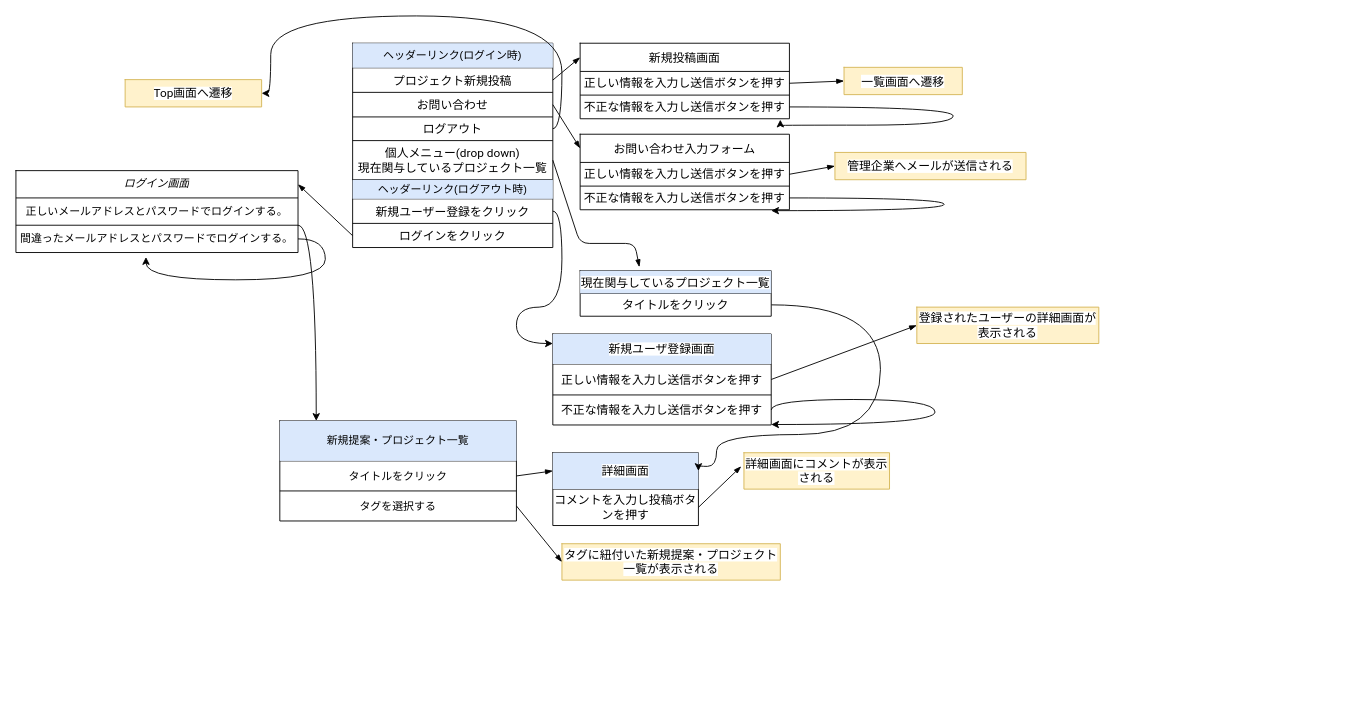
Earlier version of the draw.io diagram page "画面遷移図" (1 of 2) of 名称未設定ファイル.drawio (Sec-il-n/dic_guraduate_parts). Source tidied: cells renumbered, new cells numbered last; positions are measured from the earlier drawing's top-left corner, leaving out a move shared by most shapes. Both pictures are drawn from the tidied source at 91%, with x=0, y=0 at pixel (15, 15).
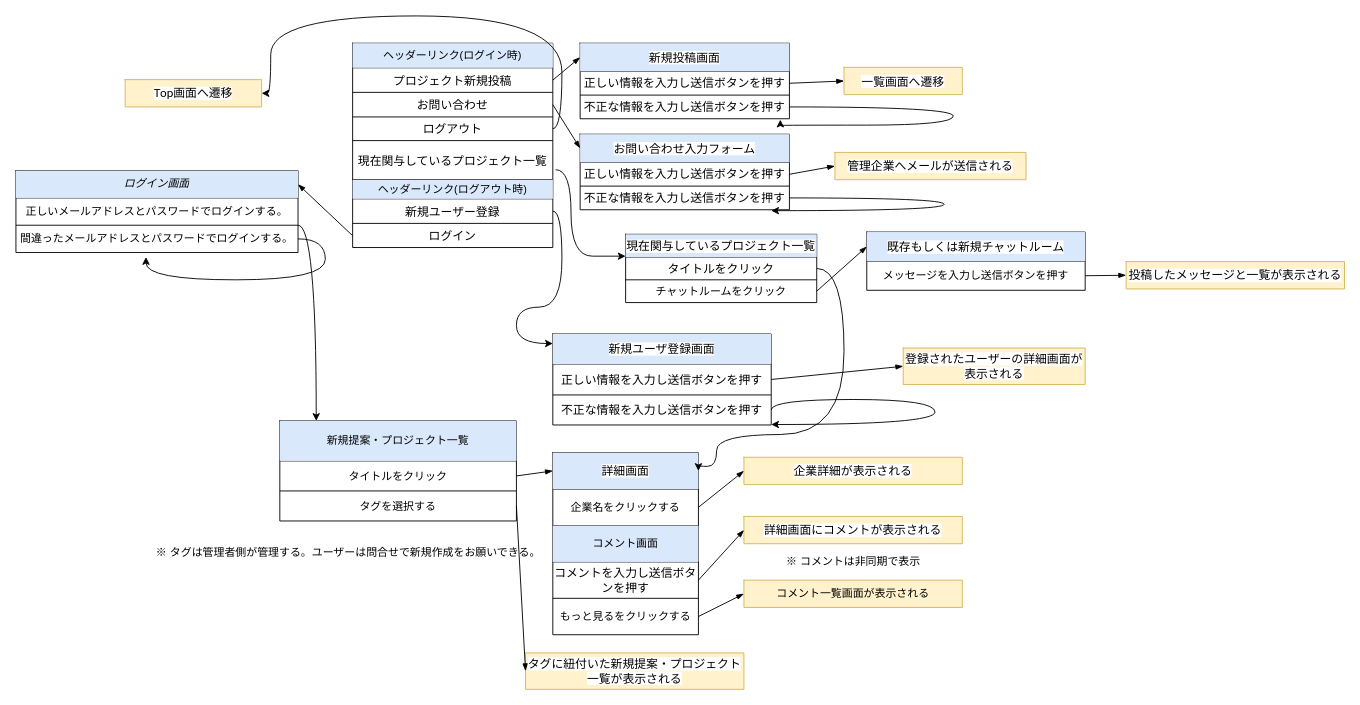
The same page after the edit.

Commit message (it also covers changes not shown here):
名称未設定ファイル.drawio を更新します

Unchanged cells that the change refers to:
```xml
<mxCell id="4" style="shape=partialRectangle;html=1;whiteSpace=wrap;fillColor=none;top=0;left=0;bottom=0;right=0;points=[[0,0.5],[1,0.5]];portConstraint=eastwest;" parent="3" vertex="1">
  <mxGeometry width="310" height="30" as="geometry" />
</mxCell>
<mxCell id="19" style="shape=partialRectangle;html=1;whiteSpace=wrap;fillColor=none;top=0;left=0;bottom=0;right=0;points=[[0,0.5],[1,0.5]];portConstraint=eastwest;" parent="18" vertex="1">
  <mxGeometry width="160" height="40" as="geometry" />
</mxCell>
<mxCell id="21" style="shape=partialRectangle;html=1;whiteSpace=wrap;fillColor=none;top=0;left=0;bottom=0;right=0;points=[[0,0.5],[1,0.5]];portConstraint=eastwest;" parent="18" vertex="1">
  <mxGeometry y="40" width="160" height="40" as="geometry" />
</mxCell>
<mxCell id="35" style="shape=partialRectangle;html=1;whiteSpace=wrap;fillColor=none;top=0;left=0;bottom=0;right=0;points=[[0,0.5],[1,0.5]];portConstraint=eastwest;" parent="26" vertex="1">
  <mxGeometry y="107" width="220" height="43" as="geometry" />
</mxCell>
<mxCell id="38" style="shape=partialRectangle;html=1;whiteSpace=wrap;fillColor=none;top=0;left=0;bottom=0;right=0;points=[[0,0.5],[1,0.5]];portConstraint=eastwest;" parent="37" vertex="1">
  <mxGeometry width="230" height="31" as="geometry" />
</mxCell>
<mxCell id="48" style="shape=partialRectangle;html=1;whiteSpace=wrap;fillColor=none;top=0;left=0;bottom=0;right=0;points=[[0,0.5],[1,0.5]];portConstraint=eastwest;" parent="47" vertex="1">
  <mxGeometry width="230" height="31" as="geometry" />
</mxCell>
<mxCell id="63" style="shape=partialRectangle;html=1;whiteSpace=wrap;fillColor=none;top=0;left=0;bottom=0;right=0;points=[[0,0.5],[1,0.5]];portConstraint=eastwest;" parent="62" vertex="1">
  <mxGeometry width="210" height="25" as="geometry" />
</mxCell>
<mxCell id="65" style="shape=partialRectangle;html=1;whiteSpace=wrap;fillColor=none;top=0;left=0;bottom=0;right=0;points=[[0,0.5],[1,0.5]];portConstraint=eastwest;" parent="62" vertex="1">
  <mxGeometry y="25" width="210" height="25" as="geometry" />
</mxCell>
<mxCell id="94" style="shape=partialRectangle;html=1;whiteSpace=wrap;fillColor=none;top=0;left=0;bottom=0;right=0;points=[[0,0.5],[1,0.5]];portConstraint=eastwest;" parent="91" vertex="1">
  <mxGeometry y="21" width="220" height="27" as="geometry" />
</mxCell>
<mxCell id="96" style="shape=partialRectangle;html=1;whiteSpace=wrap;fillColor=none;top=0;left=0;bottom=0;right=0;points=[[0,0.5],[1,0.5]];portConstraint=eastwest;" parent="91" vertex="1">
  <mxGeometry y="48" width="220" height="27" as="geometry" />
</mxCell>
```

Diff of the diagram source:
```diff
@@
-    <mxCell id="5" value="&lt;span style=&quot;font-style: italic&quot;&gt;ログイン画面&lt;/span&gt;" style="shape=partialRectangle;html=1;whiteSpace=wrap;overflow=hidden;fillColor=none;top=0;left=0;bottom=0;right=0;" parent="4" vertex="1">
+    <mxCell id="5" value="&lt;span style=&quot;font-style: italic&quot;&gt;ログイン画面&lt;/span&gt;" style="shape=partialRectangle;html=1;whiteSpace=wrap;overflow=hidden;fillColor=#dae8fc;top=0;left=0;bottom=0;right=0;strokeColor=#6c8ebf;" parent="4" vertex="1">
       <mxGeometry width="310" height="30" as="geometry" />
     </mxCell>
@@
     <mxCell id="18" style="shape=table;html=1;whiteSpace=wrap;startSize=0;childLayout=tableLayout;" parent="1" vertex="1">
-      <mxGeometry x="590" y="480" width="160" height="80" as="geometry" />
+      <mxGeometry x="590" y="480" width="160" height="200" as="geometry" />
     </mxCell>
@@
-    <mxCell id="22" value="&lt;span style=&quot;font-family: &amp;#34;roboto&amp;#34; , &amp;#34;robotodraft&amp;#34; , &amp;#34;helvetica&amp;#34; , &amp;#34;arial&amp;#34; , sans-serif ; font-size: 13px ; background-color: rgb(255 , 255 , 255)&quot;&gt;コメントを入力し&lt;/span&gt;&lt;span style=&quot;font-family: &amp;#34;roboto&amp;#34; , &amp;#34;robotodraft&amp;#34; , &amp;#34;helvetica&amp;#34; , &amp;#34;arial&amp;#34; , sans-serif ; font-size: 13px ; background-color: rgb(255 , 255 , 255)&quot;&gt;投稿ボタンを押す&lt;/span&gt;&lt;span style=&quot;font-family: &amp;#34;roboto&amp;#34; , &amp;#34;robotodraft&amp;#34; , &amp;#34;helvetica&amp;#34; , &amp;#34;arial&amp;#34; , sans-serif ; font-size: 13px ; background-color: rgb(255 , 255 , 255)&quot;&gt;&lt;br&gt;&lt;/span&gt;" style="shape=partialRectangle;html=1;whiteSpace=wrap;overflow=hidden;fillColor=none;top=0;left=0;bottom=0;right=0;" parent="21" vertex="1">
+    <mxCell id="22" value="企業名をクリックする" style="shape=partialRectangle;html=1;whiteSpace=wrap;overflow=hidden;fillColor=none;top=0;left=0;bottom=0;right=0;" parent="21" vertex="1">
       <mxGeometry width="160" height="40" as="geometry" />
     </mxCell>
+    <mxCell id="101" style="shape=partialRectangle;html=1;whiteSpace=wrap;fillColor=none;top=0;left=0;bottom=0;right=0;" parent="18" vertex="1">
+      <mxGeometry y="80" width="160" height="40" as="geometry" />
+    </mxCell>
+    <mxCell id="102" value="コメント画面" style="shape=partialRectangle;html=1;whiteSpace=wrap;overflow=hidden;fillColor=#dae8fc;top=0;left=0;bottom=0;right=0;strokeColor=#6c8ebf;" parent="101" vertex="1">
+      <mxGeometry width="160" height="40" as="geometry" />
+    </mxCell>
+    <mxCell id="103" style="shape=partialRectangle;html=1;whiteSpace=wrap;fillColor=none;top=0;left=0;bottom=0;right=0;points=[[0,0.5],[1,0.5]];portConstraint=eastwest;" parent="18" vertex="1">
+      <mxGeometry y="120" width="160" height="40" as="geometry" />
+    </mxCell>
+    <mxCell id="104" value="&lt;span style=&quot;color: rgb(0 , 0 , 0) ; font-style: normal ; font-weight: 400 ; letter-spacing: normal ; text-align: center ; text-indent: 0px ; text-transform: none ; word-spacing: 0px ; font-family: &amp;#34;roboto&amp;#34; , &amp;#34;robotodraft&amp;#34; , &amp;#34;helvetica&amp;#34; , &amp;#34;arial&amp;#34; , sans-serif ; font-size: 13px ; background-color: rgb(255 , 255 , 255)&quot;&gt;コメントを入力し送信&lt;/span&gt;&lt;span style=&quot;color: rgb(0 , 0 , 0) ; font-style: normal ; font-weight: 400 ; letter-spacing: normal ; text-align: center ; text-indent: 0px ; text-transform: none ; word-spacing: 0px ; font-family: &amp;#34;roboto&amp;#34; , &amp;#34;robotodraft&amp;#34; , &amp;#34;helvetica&amp;#34; , &amp;#34;arial&amp;#34; , sans-serif ; font-size: 13px ; background-color: rgb(255 , 255 , 255)&quot;&gt;ボタンを押す&lt;/span&gt;" style="shape=partialRectangle;html=1;whiteSpace=wrap;overflow=hidden;fillColor=none;top=0;left=0;bottom=0;right=0;" parent="103" vertex="1">
+      <mxGeometry width="160" height="40" as="geometry" />
+    </mxCell>
+    <mxCell id="105" style="shape=partialRectangle;html=1;whiteSpace=wrap;fillColor=none;top=0;left=0;bottom=0;right=0;points=[[0,0.5],[1,0.5]];portConstraint=eastwest;" parent="18" vertex="1">
+      <mxGeometry y="160" width="160" height="40" as="geometry" />
+    </mxCell>
+    <mxCell id="106" value="もっと見るをクリックする" style="shape=partialRectangle;html=1;whiteSpace=wrap;overflow=hidden;fillColor=none;top=0;left=0;bottom=0;right=0;" parent="105" vertex="1">
+      <mxGeometry width="160" height="40" as="geometry" />
+    </mxCell>
     <mxCell id="23" style="shape=table;html=1;whiteSpace=wrap;startSize=0;childLayout=tableLayout;fillColor=#fff2cc;strokeColor=#d6b656;" parent="1" vertex="1">
-      <mxGeometry x="800" y="480" width="160" height="40" as="geometry" />
+      <mxGeometry x="800" y="550" width="240" height="30" as="geometry" />
     </mxCell>
     <mxCell id="24" style="shape=partialRectangle;html=1;whiteSpace=wrap;fillColor=none;top=0;left=0;bottom=0;right=0;points=[[0,0.5],[1,0.5]];portConstraint=eastwest;" parent="23" vertex="1">
-      <mxGeometry width="160" height="40" as="geometry" />
+      <mxGeometry width="240" height="30" as="geometry" />
     </mxCell>
     <mxCell id="25" value="&lt;span style=&quot;font-family: &amp;#34;roboto&amp;#34; , &amp;#34;robotodraft&amp;#34; , &amp;#34;helvetica&amp;#34; , &amp;#34;arial&amp;#34; , sans-serif ; font-size: 13px ; background-color: rgb(255 , 255 , 255)&quot;&gt;詳細画面にコメントが表示される&lt;/span&gt;" style="shape=partialRectangle;html=1;whiteSpace=wrap;overflow=hidden;fillColor=none;top=0;left=0;bottom=0;right=0;" parent="24" vertex="1">
-      <mxGeometry width="160" height="40" as="geometry" />
+      <mxGeometry width="240" height="30" as="geometry" />
     </mxCell>
@@
-    <mxCell id="36" value="&lt;span style=&quot;font-family: &amp;#34;roboto&amp;#34; , &amp;#34;robotodraft&amp;#34; , &amp;#34;helvetica&amp;#34; , &amp;#34;arial&amp;#34; , sans-serif ; font-size: 13px ; background-color: rgb(255 , 255 , 255)&quot;&gt;個人メニュー(drop down)&lt;br&gt;&lt;/span&gt;&lt;span style=&quot;font-family: &amp;#34;roboto&amp;#34; , &amp;#34;robotodraft&amp;#34; , &amp;#34;helvetica&amp;#34; , &amp;#34;arial&amp;#34; , sans-serif ; font-size: 13px ; background-color: rgb(255 , 255 , 255)&quot;&gt;現在関与しているプロジェクト一覧&lt;/span&gt;&lt;span style=&quot;font-family: &amp;#34;roboto&amp;#34; , &amp;#34;robotodraft&amp;#34; , &amp;#34;helvetica&amp;#34; , &amp;#34;arial&amp;#34; , sans-serif ; font-size: 13px ; background-color: rgb(255 , 255 , 255)&quot;&gt;&lt;br&gt;&lt;/span&gt;" style="shape=partialRectangle;html=1;whiteSpace=wrap;overflow=hidden;fillColor=none;top=0;left=0;bottom=0;right=0;strokeWidth=4;" parent="35" vertex="1">
+    <mxCell id="36" value="&lt;span style=&quot;font-family: &amp;#34;roboto&amp;#34; , &amp;#34;robotodraft&amp;#34; , &amp;#34;helvetica&amp;#34; , &amp;#34;arial&amp;#34; , sans-serif ; font-size: 13px ; background-color: rgb(255 , 255 , 255)&quot;&gt;現在関与しているプロジェクト一覧&lt;/span&gt;&lt;span style=&quot;font-family: &amp;#34;roboto&amp;#34; , &amp;#34;robotodraft&amp;#34; , &amp;#34;helvetica&amp;#34; , &amp;#34;arial&amp;#34; , sans-serif ; font-size: 13px ; background-color: rgb(255 , 255 , 255)&quot;&gt;&lt;br&gt;&lt;/span&gt;" style="shape=partialRectangle;html=1;whiteSpace=wrap;overflow=hidden;fillColor=none;top=0;left=0;bottom=0;right=0;strokeWidth=4;" parent="35" vertex="1">
       <mxGeometry width="220" height="43" as="geometry" />
     </mxCell>
@@
-    <mxCell id="39" value="&lt;span style=&quot;font-family: &amp;#34;roboto&amp;#34; , &amp;#34;robotodraft&amp;#34; , &amp;#34;helvetica&amp;#34; , &amp;#34;arial&amp;#34; , sans-serif ; font-size: 13px ; background-color: rgb(255 , 255 , 255)&quot;&gt;新規投稿画面&lt;/span&gt;" style="shape=partialRectangle;html=1;whiteSpace=wrap;overflow=hidden;fillColor=none;top=0;left=0;bottom=0;right=0;" parent="38" vertex="1">
+    <mxCell id="39" value="&lt;span style=&quot;font-family: &amp;#34;roboto&amp;#34; , &amp;#34;robotodraft&amp;#34; , &amp;#34;helvetica&amp;#34; , &amp;#34;arial&amp;#34; , sans-serif ; font-size: 13px ; background-color: rgb(255 , 255 , 255)&quot;&gt;新規投稿画面&lt;/span&gt;" style="shape=partialRectangle;html=1;whiteSpace=wrap;overflow=hidden;fillColor=#dae8fc;top=0;left=0;bottom=0;right=0;strokeColor=#6c8ebf;" parent="38" vertex="1">
       <mxGeometry width="230" height="31" as="geometry" />
     </mxCell>
@@
-    <mxCell id="49" value="&lt;span style=&quot;font-family: &amp;#34;roboto&amp;#34; , &amp;#34;robotodraft&amp;#34; , &amp;#34;helvetica&amp;#34; , &amp;#34;arial&amp;#34; , sans-serif ; font-size: 13px ; background-color: rgb(255 , 255 , 255)&quot;&gt;お問い合わせ入力フォーム&lt;/span&gt;" style="shape=partialRectangle;html=1;whiteSpace=wrap;overflow=hidden;fillColor=none;top=0;left=0;bottom=0;right=0;" parent="48" vertex="1">
+    <mxCell id="49" value="&lt;span style=&quot;font-family: &amp;#34;roboto&amp;#34; , &amp;#34;robotodraft&amp;#34; , &amp;#34;helvetica&amp;#34; , &amp;#34;arial&amp;#34; , sans-serif ; font-size: 13px ; background-color: rgb(255 , 255 , 255)&quot;&gt;お問い合わせ入力フォーム&lt;/span&gt;" style="shape=partialRectangle;html=1;whiteSpace=wrap;overflow=hidden;fillColor=#dae8fc;top=0;left=0;bottom=0;right=0;strokeColor=#6c8ebf;" parent="48" vertex="1">
       <mxGeometry width="230" height="31" as="geometry" />
     </mxCell>
@@
     <mxCell id="61" style="edgeStyle=orthogonalEdgeStyle;curved=1;jettySize=auto;html=1;exitX=1;exitY=0.5;exitDx=0;exitDy=0;entryX=1;entryY=0.5;entryDx=0;entryDy=0;" parent="1" edge="1" source="65" target="19">
       <mxGeometry relative="1" as="geometry">
         <Array as="points">
-          <mxPoint x="950" y="318" />
-          <mxPoint x="950" y="460" />
+          <mxPoint x="910" y="278" />
+          <mxPoint x="910" y="460" />
           <mxPoint x="770" y="460" />
           <mxPoint x="770" y="495" />
+          <mxPoint x="750" y="495" />
         </Array>
       </mxGeometry>
     </mxCell>
     <mxCell id="62" style="shape=table;html=1;whiteSpace=wrap;startSize=0;childLayout=tableLayout;" parent="1" vertex="1">
-      <mxGeometry x="620" y="280" width="210" height="50" as="geometry" />
+      <mxGeometry x="670" y="240" width="210" height="75" as="geometry" />
     </mxCell>
@@
+    <mxCell id="107" style="shape=partialRectangle;html=1;whiteSpace=wrap;fillColor=none;top=0;left=0;bottom=0;right=0;points=[[0,0.5],[1,0.5]];portConstraint=eastwest;" parent="62" vertex="1">
+      <mxGeometry y="50" width="210" height="25" as="geometry" />
+    </mxCell>
+    <mxCell id="108" value="チャットルームをクリック" style="shape=partialRectangle;html=1;whiteSpace=wrap;overflow=hidden;fillColor=none;top=0;left=0;bottom=0;right=0;" parent="107" vertex="1">
+      <mxGeometry width="210" height="25" as="geometry" />
+    </mxCell>
@@
-    <mxCell id="75" style="edgeStyle=none;jettySize=auto;html=1;exitX=0;exitY=0.5;exitDx=0;exitDy=0;entryX=1;entryY=0.5;entryDx=0;entryDy=0;startArrow=blockThin;startFill=1;endArrow=none;endFill=0;" parent="1" edge="1" target="21">
-      <mxGeometry relative="1" as="geometry">
-        <mxPoint x="797" y="495" as="sourcePoint" />
-      </mxGeometry>
+    <mxCell id="75" style="edgeStyle=none;jettySize=auto;html=1;entryX=1;entryY=0.5;entryDx=0;entryDy=0;startArrow=blockThin;startFill=1;endArrow=none;endFill=0;exitX=0;exitY=0.5;exitDx=0;exitDy=0;" parent="1" edge="1" source="24" target="103">
+      <mxGeometry relative="1" as="geometry" />
     </mxCell>
@@
     <mxCell id="77" style="shape=table;html=1;whiteSpace=wrap;startSize=0;childLayout=tableLayout;fillColor=#fff2cc;strokeColor=#d6b656;" parent="1" vertex="1">
-      <mxGeometry x="600" y="580" width="240" height="40" as="geometry" />
+      <mxGeometry x="560" y="700" width="240" height="40" as="geometry" />
     </mxCell>
@@
     <mxCell id="81" style="shape=table;html=1;whiteSpace=wrap;startSize=0;childLayout=tableLayout;fillColor=#fff2cc;strokeColor=#d6b656;" parent="1" vertex="1">
-      <mxGeometry x="990" y="320" width="200" height="40" as="geometry" />
+      <mxGeometry x="975" y="365" width="200" height="40" as="geometry" />
     </mxCell>
@@
-    <mxCell id="88" style="edgeStyle=none;jettySize=auto;html=1;exitX=0.31;exitY=-0.16;exitDx=0;exitDy=0;entryX=1;entryY=0.5;entryDx=0;entryDy=0;startArrow=blockThin;startFill=1;endArrow=none;endFill=0;exitPerimeter=0;" parent="1" edge="1" source="63" target="35">
-      <mxGeometry relative="1" as="geometry">
-        <Array as="points">
-          <mxPoint x="680" y="250" />
-          <mxPoint x="620" y="250" />
-        </Array>
-      </mxGeometry>
-    </mxCell>
@@
-    <mxCell id="95" value="&lt;span style=&quot;font-family: &amp;#34;roboto&amp;#34; , &amp;#34;robotodraft&amp;#34; , &amp;#34;helvetica&amp;#34; , &amp;#34;arial&amp;#34; , sans-serif ; font-size: 13px ; background-color: rgb(255 , 255 , 255)&quot;&gt;新規ユーザー登録をクリック&lt;/span&gt;" style="shape=partialRectangle;html=1;whiteSpace=wrap;overflow=hidden;fillColor=none;top=0;left=0;bottom=0;right=0;" parent="94" vertex="1">
+    <mxCell id="95" value="&lt;span style=&quot;font-family: &amp;#34;roboto&amp;#34; , &amp;#34;robotodraft&amp;#34; , &amp;#34;helvetica&amp;#34; , &amp;#34;arial&amp;#34; , sans-serif ; font-size: 13px ; background-color: rgb(255 , 255 , 255)&quot;&gt;新規ユーザー登録&lt;/span&gt;" style="shape=partialRectangle;html=1;whiteSpace=wrap;overflow=hidden;fillColor=none;top=0;left=0;bottom=0;right=0;" parent="94" vertex="1">
       <mxGeometry width="220" height="27" as="geometry" />
     </mxCell>
@@
-    <mxCell id="97" value="&lt;span style=&quot;font-family: &amp;#34;arial&amp;#34; ; font-size: 13px ; text-align: left ; background-color: rgb(255 , 255 , 255)&quot;&gt;ログインをクリック&lt;/span&gt;" style="shape=partialRectangle;html=1;whiteSpace=wrap;overflow=hidden;fillColor=none;top=0;left=0;bottom=0;right=0;" parent="96" vertex="1">
+    <mxCell id="97" value="&lt;span style=&quot;font-family: &amp;#34;arial&amp;#34; ; font-size: 13px ; text-align: left ; background-color: rgb(255 , 255 , 255)&quot;&gt;ログイン&lt;/span&gt;" style="shape=partialRectangle;html=1;whiteSpace=wrap;overflow=hidden;fillColor=none;top=0;left=0;bottom=0;right=0;" parent="96" vertex="1">
       <mxGeometry width="220" height="27" as="geometry" />
     </mxCell>
@@
+    <mxCell id="109" value="※ コメントは非同期で表示" style="text;html=1;align=center;verticalAlign=middle;" parent="1" vertex="1">
+      <mxGeometry x="840" y="590" width="160" height="20" as="geometry" />
+    </mxCell>
+    <mxCell id="110" value="※ タグは管理者側が管理する。ユーザーは問合せで新規作成をお願いできる。" style="text;html=1;align=center;verticalAlign=middle;" parent="1" vertex="1">
+      <mxGeometry x="150" y="580" width="430" height="20" as="geometry" />
+    </mxCell>
+    <mxCell id="111" style="shape=table;html=1;whiteSpace=wrap;startSize=0;childLayout=tableLayout;fillColor=#fff2cc;strokeColor=#d6b656;" parent="1" vertex="1">
+      <mxGeometry x="800" y="485" width="240" height="30" as="geometry" />
+    </mxCell>
+    <mxCell id="112" style="shape=partialRectangle;html=1;whiteSpace=wrap;fillColor=none;top=0;left=0;bottom=0;right=0;points=[[0,0.5],[1,0.5]];portConstraint=eastwest;" parent="111" vertex="1">
+      <mxGeometry width="240" height="30" as="geometry" />
+    </mxCell>
+    <mxCell id="113" value="&lt;font face=&quot;roboto, robotodraft, helvetica, arial, sans-serif&quot;&gt;&lt;span style=&quot;font-size: 13px ; background-color: rgb(255 , 255 , 255)&quot;&gt;企業詳細が表示される&lt;/span&gt;&lt;/font&gt;" style="shape=partialRectangle;html=1;whiteSpace=wrap;overflow=hidden;fillColor=none;top=0;left=0;bottom=0;right=0;" parent="112" vertex="1">
+      <mxGeometry width="240" height="30" as="geometry" />
+    </mxCell>
+    <mxCell id="114" style="edgeStyle=none;jettySize=auto;html=1;entryX=1;entryY=0.5;entryDx=0;entryDy=0;startArrow=blockThin;startFill=1;endArrow=none;endFill=0;exitX=0;exitY=0.5;exitDx=0;exitDy=0;" parent="1" edge="1" source="112" target="21">
+      <mxGeometry relative="1" as="geometry" />
+    </mxCell>
+    <mxCell id="115" style="shape=table;html=1;whiteSpace=wrap;startSize=0;childLayout=tableLayout;fillColor=#fff2cc;strokeColor=#d6b656;" parent="1" vertex="1">
+      <mxGeometry x="800" y="620" width="240" height="30" as="geometry" />
+    </mxCell>
+    <mxCell id="116" style="shape=partialRectangle;html=1;whiteSpace=wrap;fillColor=none;top=0;left=0;bottom=0;right=0;points=[[0,0.5],[1,0.5]];portConstraint=eastwest;" parent="115" vertex="1">
+      <mxGeometry width="240" height="30" as="geometry" />
+    </mxCell>
+    <mxCell id="117" value="コメント一覧画面が表示される" style="shape=partialRectangle;html=1;whiteSpace=wrap;overflow=hidden;fillColor=none;top=0;left=0;bottom=0;right=0;" parent="116" vertex="1">
+      <mxGeometry width="240" height="30" as="geometry" />
+    </mxCell>
+    <mxCell id="118" style="edgeStyle=none;jettySize=auto;html=1;entryX=1;entryY=0.5;entryDx=0;entryDy=0;startArrow=blockThin;startFill=1;endArrow=none;endFill=0;exitX=0;exitY=0.5;exitDx=0;exitDy=0;" parent="1" edge="1" source="116" target="105">
+      <mxGeometry relative="1" as="geometry" />
+    </mxCell>
+    <mxCell id="119" style="edgeStyle=orthogonalEdgeStyle;jettySize=auto;html=1;curved=1;exitX=1.014;exitY=0.744;exitDx=0;exitDy=0;exitPerimeter=0;" parent="1" edge="1" source="35">
+      <mxGeometry relative="1" as="geometry">
+        <mxPoint x="670" y="264" as="targetPoint" />
+        <Array as="points">
+          <mxPoint x="610" y="169" />
+          <mxPoint x="610" y="264" />
+          <mxPoint x="657" y="264" />
+        </Array>
+      </mxGeometry>
+    </mxCell>
+    <mxCell id="120" style="shape=partialRectangle;html=1;whiteSpace=wrap;fillColor=none;top=0;left=0;bottom=0;right=0;" parent="1" vertex="1">
+      <mxGeometry x="950" y="270" width="210" height="30" as="geometry" />
+    </mxCell>
+    <mxCell id="121" style="shape=table;html=1;whiteSpace=wrap;startSize=0;childLayout=tableLayout;" parent="1" vertex="1">
+      <mxGeometry x="935" y="237.5" width="240" height="64" as="geometry" />
+    </mxCell>
+    <mxCell id="122" style="shape=partialRectangle;html=1;whiteSpace=wrap;fillColor=none;top=0;left=0;bottom=0;right=0;points=[[0,0.5],[1,0.5]];portConstraint=eastwest;" parent="121" vertex="1">
+      <mxGeometry width="240" height="32" as="geometry" />
+    </mxCell>
+    <mxCell id="123" value="&lt;font face=&quot;roboto, robotodraft, helvetica, arial, sans-serif&quot;&gt;&lt;span style=&quot;font-size: 13px ; background-color: rgb(255 , 255 , 255)&quot;&gt;既存もしくは新規チャットルーム&lt;/span&gt;&lt;/font&gt;" style="shape=partialRectangle;html=1;whiteSpace=wrap;overflow=hidden;fillColor=#dae8fc;top=0;left=0;bottom=0;right=0;strokeColor=#6c8ebf;" parent="122" vertex="1">
+      <mxGeometry width="240" height="32" as="geometry" />
+    </mxCell>
+    <mxCell id="124" style="shape=partialRectangle;html=1;whiteSpace=wrap;fillColor=none;top=0;left=0;bottom=0;right=0;points=[[0,0.5],[1,0.5]];portConstraint=eastwest;" parent="121" vertex="1">
+      <mxGeometry y="32" width="240" height="32" as="geometry" />
+    </mxCell>
+    <mxCell id="125" value="メッセージを入力し送信ボタンを押す" style="shape=partialRectangle;html=1;whiteSpace=wrap;overflow=hidden;fillColor=none;top=0;left=0;bottom=0;right=0;" parent="124" vertex="1">
+      <mxGeometry width="240" height="32" as="geometry" />
+    </mxCell>
+    <mxCell id="126" style="edgeStyle=none;jettySize=auto;html=1;entryX=1;entryY=0.5;entryDx=0;entryDy=0;startArrow=blockThin;startFill=1;endArrow=none;endFill=0;exitX=0;exitY=0.5;exitDx=0;exitDy=0;" parent="1" edge="1" source="122" target="107">
+      <mxGeometry relative="1" as="geometry" />
+    </mxCell>
+    <mxCell id="127" style="shape=table;html=1;whiteSpace=wrap;startSize=0;childLayout=tableLayout;fillColor=#fff2cc;strokeColor=#d6b656;" parent="1" vertex="1">
+      <mxGeometry x="1220" y="270" width="240" height="30" as="geometry" />
+    </mxCell>
+    <mxCell id="128" style="shape=partialRectangle;html=1;whiteSpace=wrap;fillColor=none;top=0;left=0;bottom=0;right=0;points=[[0,0.5],[1,0.5]];portConstraint=eastwest;" parent="127" vertex="1">
+      <mxGeometry width="240" height="30" as="geometry" />
+    </mxCell>
+    <mxCell id="129" value="&lt;font face=&quot;roboto, robotodraft, helvetica, arial, sans-serif&quot;&gt;&lt;span style=&quot;font-size: 13px ; background-color: rgb(255 , 255 , 255)&quot;&gt;投稿したメッセージと一覧が表示される&lt;/span&gt;&lt;/font&gt;" style="shape=partialRectangle;html=1;whiteSpace=wrap;overflow=hidden;fillColor=none;top=0;left=0;bottom=0;right=0;" parent="128" vertex="1">
+      <mxGeometry width="240" height="30" as="geometry" />
+    </mxCell>
+    <mxCell id="130" style="edgeStyle=none;jettySize=auto;html=1;entryX=1;entryY=0.5;entryDx=0;entryDy=0;startArrow=blockThin;startFill=1;endArrow=none;endFill=0;exitX=0;exitY=0.5;exitDx=0;exitDy=0;" parent="1" edge="1" source="128" target="124">
+      <mxGeometry relative="1" as="geometry" />
+    </mxCell>
```
